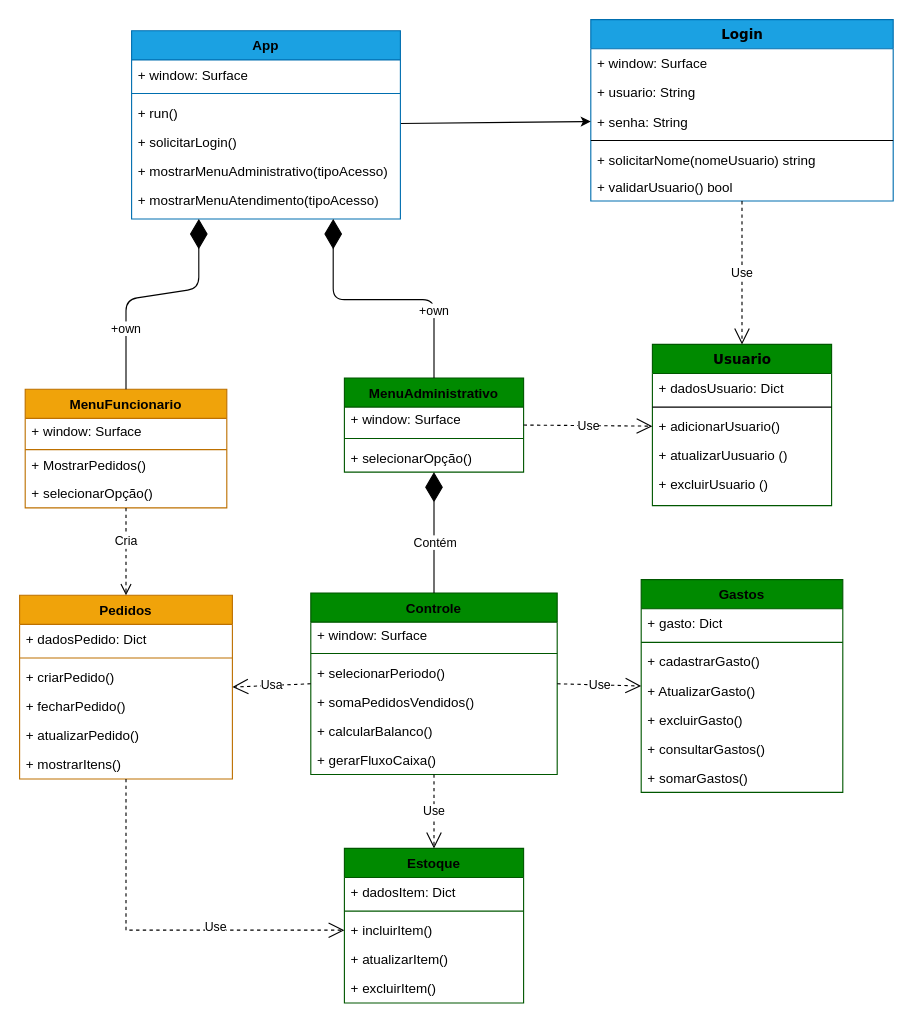
Before: documentation/Diagrama de classes.drawio in rudymuller/SistemaGestaoCafeteria, a draw.io diagram. Source tidied: cells renumbered, new cells numbered last; positions are measured from the earlier drawing's top-left corner, leaving out a move shared by most shapes. Both pictures are drawn from the tidied source at 112%, with x=0, y=0 at pixel (19, 19).
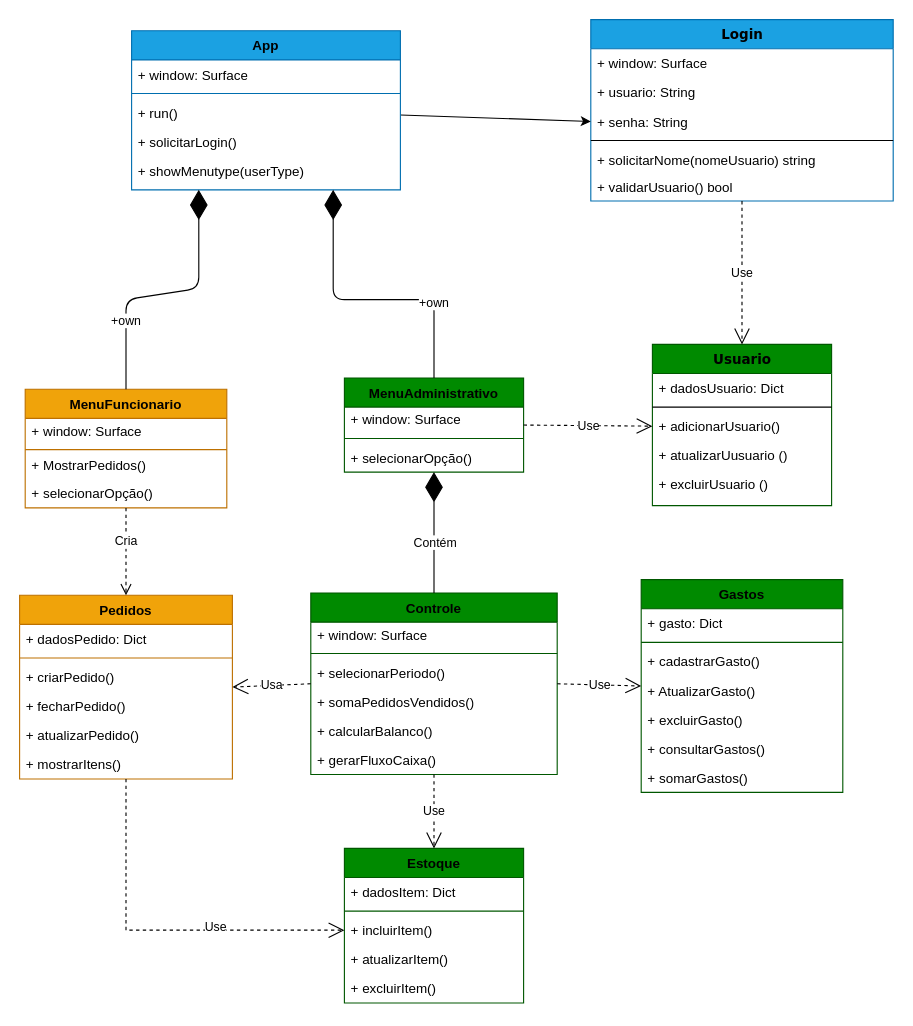
The same page after the edit.

Change to the diagram source:
```diff
@@
     <mxCell id="16" value="App&lt;div&gt;&lt;br&gt;&lt;/div&gt;" style="swimlane;fontStyle=1;align=center;verticalAlign=top;horizontal=1;startSize=26;whiteSpace=wrap;html=1;fillColor=#1ba1e2;fontColor=light-dark(#000000,#000000);strokeColor=#006EAF;" parent="1" vertex="1">
-      <mxGeometry x="100" y="10" width="240" height="168" as="geometry" />
+      <mxGeometry x="100" y="10" width="240" height="142" as="geometry" />
     </mxCell>
@@
-    <mxCell id="21" value="+ mostrarMenuAdministrativo(tipoAcesso)" style="text;strokeColor=none;fillColor=none;align=left;verticalAlign=top;spacingLeft=4;spacingRight=4;overflow=hidden;whiteSpace=wrap;html=1;fontColor=light-dark(#000000,#000000);" parent="16" vertex="1">
-      <mxGeometry y="112" width="240" height="26" as="geometry" />
-    </mxCell>
-    <mxCell id="22" value="+ mostrarMenuAtendimento(tipoAcesso)&amp;nbsp;" style="text;strokeColor=none;fillColor=none;align=left;verticalAlign=top;spacingLeft=4;spacingRight=4;overflow=hidden;whiteSpace=wrap;html=1;fontColor=light-dark(#000000,#000000);" parent="16" vertex="1">
-      <mxGeometry y="138" width="240" height="30" as="geometry" />
+    <mxCell id="22" value="+ showMenutype(userType)&amp;nbsp;" style="text;strokeColor=none;fillColor=none;align=left;verticalAlign=top;spacingLeft=4;spacingRight=4;overflow=hidden;whiteSpace=wrap;html=1;fontColor=light-dark(#000000,#000000);" parent="16" vertex="1">
+      <mxGeometry y="112" width="240" height="30" as="geometry" />
     </mxCell>
```
